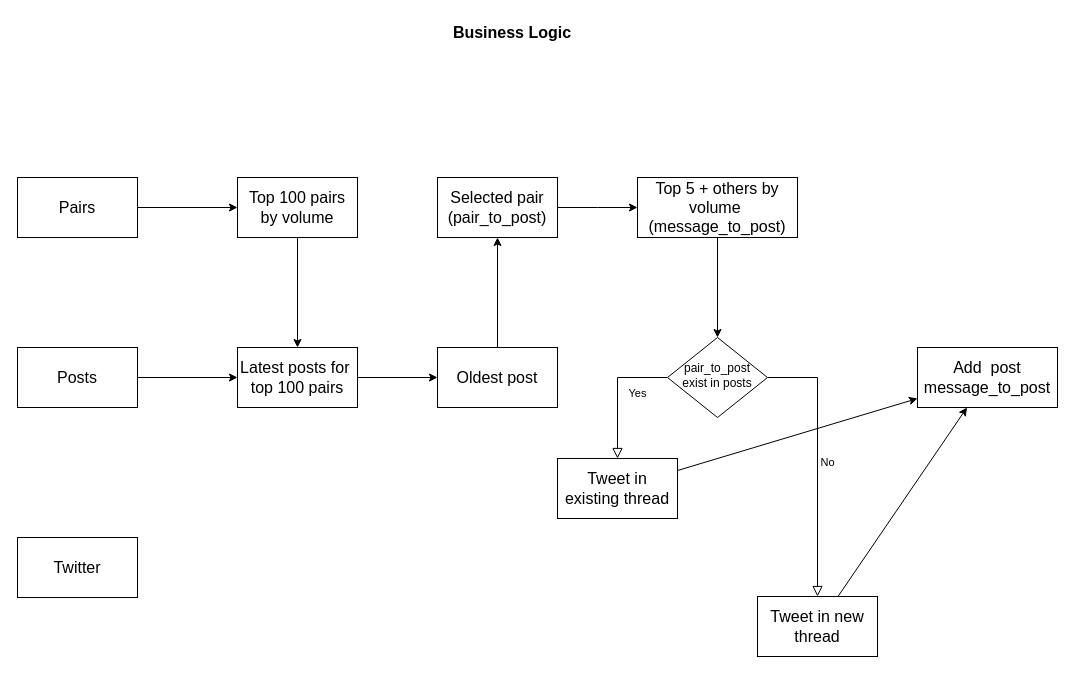
1712n/twitter-bot-challenge keeps this draw.io diagram as doc/Business_Logic.drawio. Above is the earlier version. Source tidied: cells renumbered, new cells numbered last; positions are measured from the earlier drawing's top-left corner, leaving out a move shared by most shapes. Both pictures are drawn from the tidied source at 100%, with x=0, y=0 at pixel (17, 17).
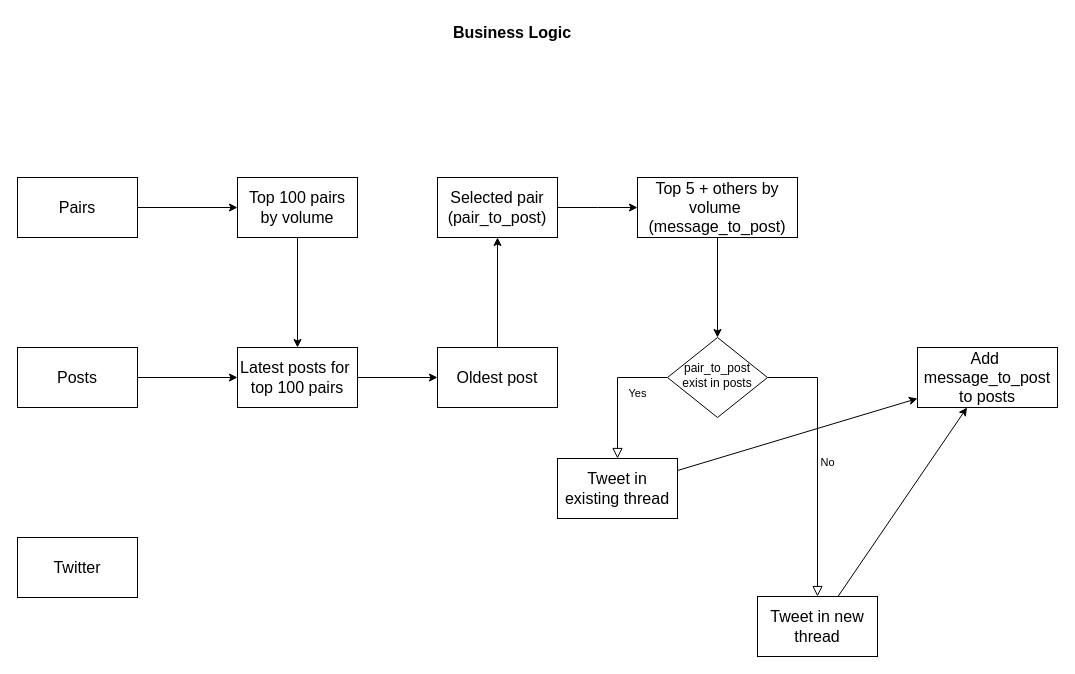
After the change.

Change to the diagram source:
```diff
@@
-    <mxCell id="17" value="Add&amp;nbsp; post message_to_post" style="rounded=0;whiteSpace=wrap;html=1;fontSize=16;" parent="1" vertex="1">
+    <mxCell id="17" value="Add&amp;nbsp; message_to_post&lt;br&gt;to posts" style="rounded=0;whiteSpace=wrap;html=1;fontSize=16;" parent="1" vertex="1">
       <mxGeometry x="900" y="330" width="140" height="60" as="geometry" />
     </mxCell>
```
